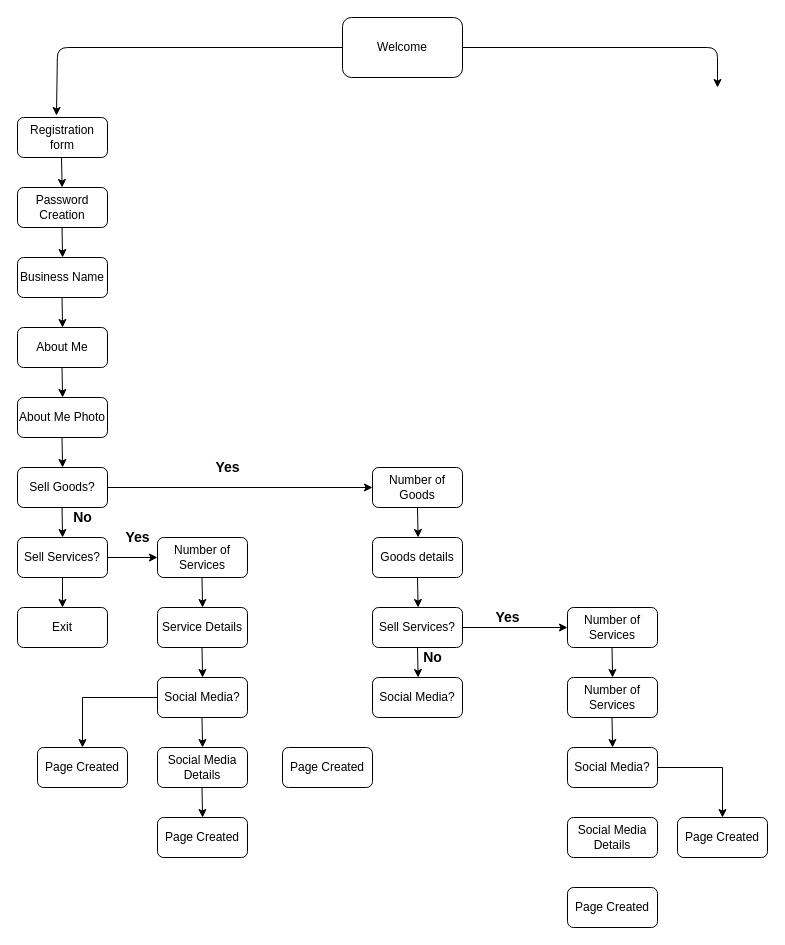
Earlier version of the draw.io diagram app_eng_updated.drawio (willdonlan8/test). Source tidied: cells renumbered, new cells numbered last; positions are measured from the earlier drawing's top-left corner, leaving out a move shared by most shapes. Both pictures are drawn from the tidied source at 100%, with x=0, y=0 at pixel (17, 17).
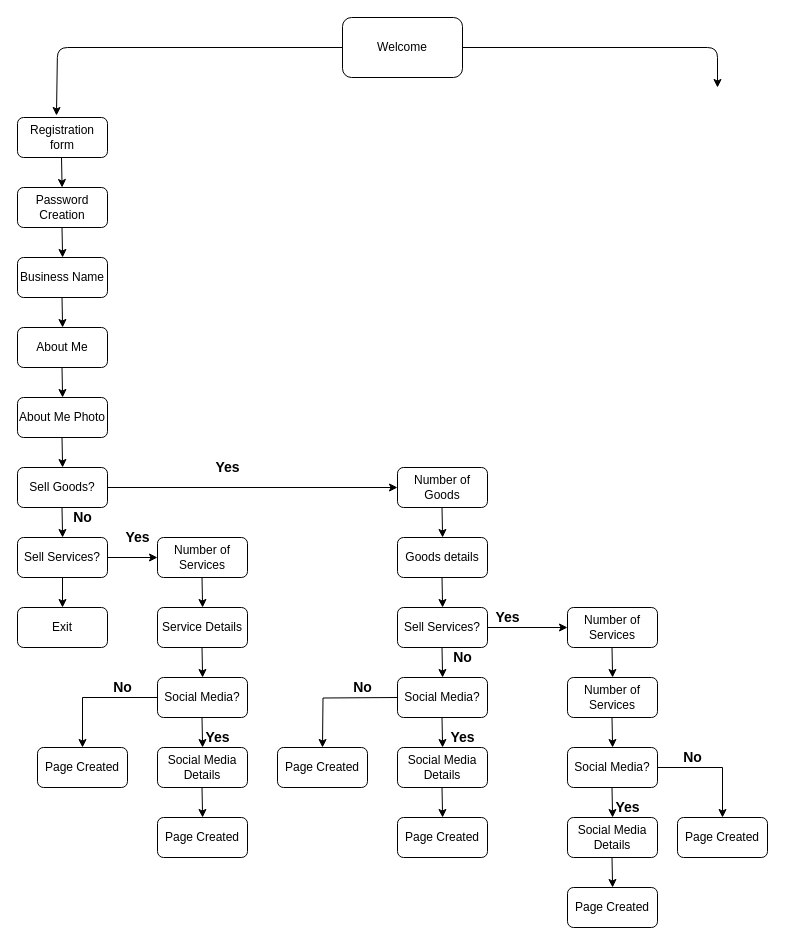
The same diagram, later.

What changed in the source:
```diff
@@
     <mxCell id="15" value="Number of Goods" style="rounded=1;whiteSpace=wrap;html=1;" parent="1" vertex="1">
-      <mxGeometry x="355" y="450" width="90" height="40" as="geometry" />
+      <mxGeometry x="380" y="450" width="90" height="40" as="geometry" />
     </mxCell>
     <mxCell id="16" value="Goods details" style="rounded=1;whiteSpace=wrap;html=1;" parent="1" vertex="1">
-      <mxGeometry x="355" y="520" width="90" height="40" as="geometry" />
+      <mxGeometry x="380" y="520" width="90" height="40" as="geometry" />
     </mxCell>
@@
     <mxCell id="18" value="Sell Services?" style="rounded=1;whiteSpace=wrap;html=1;" parent="1" vertex="1">
-      <mxGeometry x="355" y="590" width="90" height="40" as="geometry" />
+      <mxGeometry x="380" y="590" width="90" height="40" as="geometry" />
     </mxCell>
@@
     <mxCell id="23" value="Social Media?" style="rounded=1;whiteSpace=wrap;html=1;" parent="1" vertex="1">
-      <mxGeometry x="355" y="660" width="90" height="40" as="geometry" />
+      <mxGeometry x="380" y="660" width="90" height="40" as="geometry" />
     </mxCell>
@@
     <mxCell id="40" style="endArrow=classic;html=1;" parent="1" edge="1">
       <mxGeometry relative="1" as="geometry">
-        <mxPoint x="400" y="490" as="sourcePoint" />
-        <mxPoint x="400.6" y="520" as="targetPoint" />
+        <mxPoint x="424.5" y="490" as="sourcePoint" />
+        <mxPoint x="425.1" y="520" as="targetPoint" />
       </mxGeometry>
     </mxCell>
     <mxCell id="41" style="endArrow=classic;html=1;" parent="1" edge="1">
       <mxGeometry relative="1" as="geometry">
-        <mxPoint x="400" y="560" as="sourcePoint" />
-        <mxPoint x="400.6" y="590" as="targetPoint" />
+        <mxPoint x="424.5" y="560" as="sourcePoint" />
+        <mxPoint x="425.1" y="590" as="targetPoint" />
       </mxGeometry>
     </mxCell>
     <mxCell id="42" style="endArrow=classic;html=1;" parent="1" edge="1">
       <mxGeometry relative="1" as="geometry">
-        <mxPoint x="400" y="630" as="sourcePoint" />
-        <mxPoint x="400.6" y="660" as="targetPoint" />
+        <mxPoint x="424.5" y="630" as="sourcePoint" />
+        <mxPoint x="425.1" y="660" as="targetPoint" />
       </mxGeometry>
     </mxCell>
@@
     <mxCell id="49" value="&lt;font style=&quot;font-size: 14px&quot;&gt;&lt;b&gt;No&lt;/b&gt;&lt;/font&gt;" style="text;html=1;align=center;verticalAlign=middle;fillColor=none;strokeColor=none;rounded=0;" parent="1" vertex="1">
-      <mxGeometry x="400" y="630" width="30" height="20" as="geometry" />
+      <mxGeometry x="430" y="630" width="30" height="20" as="geometry" />
     </mxCell>
@@
     <mxCell id="53" value="Page Created" style="rounded=1;whiteSpace=wrap;html=1;" parent="1" vertex="1">
-      <mxGeometry x="265" y="730" width="90" height="40" as="geometry" />
+      <mxGeometry x="260" y="730" width="90" height="40" as="geometry" />
     </mxCell>
@@
+    <mxCell id="56" value="Social Media Details" style="rounded=1;whiteSpace=wrap;html=1;" parent="1" vertex="1">
+      <mxGeometry x="380" y="730" width="90" height="40" as="geometry" />
+    </mxCell>
+    <mxCell id="57" value="Page Created" style="rounded=1;whiteSpace=wrap;html=1;" parent="1" vertex="1">
+      <mxGeometry x="380" y="800" width="90" height="40" as="geometry" />
+    </mxCell>
+    <mxCell id="58" style="endArrow=classic;html=1;" parent="1" edge="1">
+      <mxGeometry relative="1" as="geometry">
+        <mxPoint x="424.5" y="700" as="sourcePoint" />
+        <mxPoint x="425.1" y="730" as="targetPoint" />
+      </mxGeometry>
+    </mxCell>
+    <mxCell id="59" style="endArrow=classic;html=1;" parent="1" edge="1">
+      <mxGeometry relative="1" as="geometry">
+        <mxPoint x="424.5" y="770" as="sourcePoint" />
+        <mxPoint x="425.1" y="800" as="targetPoint" />
+      </mxGeometry>
+    </mxCell>
+    <mxCell id="60" style="edgeStyle=orthogonalEdgeStyle;rounded=0;orthogonalLoop=1;jettySize=auto;html=1;" parent="1" edge="1">
+      <mxGeometry relative="1" as="geometry">
+        <mxPoint x="380" y="680" as="sourcePoint" />
+        <mxPoint x="305" y="730" as="targetPoint" />
+      </mxGeometry>
+    </mxCell>
+    <mxCell id="61" style="endArrow=classic;html=1;" parent="1" edge="1">
+      <mxGeometry relative="1" as="geometry">
+        <mxPoint x="594.5" y="770" as="sourcePoint" />
+        <mxPoint x="595.1" y="800" as="targetPoint" />
+      </mxGeometry>
+    </mxCell>
+    <mxCell id="62" style="endArrow=classic;html=1;" parent="1" edge="1">
+      <mxGeometry relative="1" as="geometry">
+        <mxPoint x="594.5" y="840" as="sourcePoint" />
+        <mxPoint x="595.1" y="870" as="targetPoint" />
+      </mxGeometry>
+    </mxCell>
+    <mxCell id="63" value="&lt;font style=&quot;font-size: 14px&quot;&gt;&lt;b&gt;Yes&lt;/b&gt;&lt;/font&gt;" style="text;html=1;align=center;verticalAlign=middle;fillColor=none;strokeColor=none;rounded=0;" parent="1" vertex="1">
+      <mxGeometry x="590" y="780" width="40" height="20" as="geometry" />
+    </mxCell>
+    <mxCell id="64" value="&lt;font style=&quot;font-size: 14px&quot;&gt;&lt;b&gt;Yes&lt;/b&gt;&lt;/font&gt;" style="text;html=1;align=center;verticalAlign=middle;fillColor=none;strokeColor=none;rounded=0;" parent="1" vertex="1">
+      <mxGeometry x="425" y="710" width="40" height="20" as="geometry" />
+    </mxCell>
+    <mxCell id="65" value="&lt;font style=&quot;font-size: 14px&quot;&gt;&lt;b&gt;Yes&lt;/b&gt;&lt;/font&gt;" style="text;html=1;align=center;verticalAlign=middle;fillColor=none;strokeColor=none;rounded=0;" parent="1" vertex="1">
+      <mxGeometry x="180" y="710" width="40" height="20" as="geometry" />
+    </mxCell>
+    <mxCell id="66" value="&lt;font style=&quot;font-size: 14px&quot;&gt;&lt;b&gt;No&lt;/b&gt;&lt;/font&gt;" style="text;html=1;align=center;verticalAlign=middle;fillColor=none;strokeColor=none;rounded=0;" parent="1" vertex="1">
+      <mxGeometry x="90" y="660" width="30" height="20" as="geometry" />
+    </mxCell>
+    <mxCell id="67" value="&lt;font style=&quot;font-size: 14px&quot;&gt;&lt;b&gt;No&lt;/b&gt;&lt;/font&gt;" style="text;html=1;align=center;verticalAlign=middle;fillColor=none;strokeColor=none;rounded=0;" parent="1" vertex="1">
+      <mxGeometry x="330" y="660" width="30" height="20" as="geometry" />
+    </mxCell>
+    <mxCell id="68" value="&lt;font style=&quot;font-size: 14px&quot;&gt;&lt;b&gt;No&lt;/b&gt;&lt;/font&gt;" style="text;html=1;align=center;verticalAlign=middle;fillColor=none;strokeColor=none;rounded=0;" parent="1" vertex="1">
+      <mxGeometry x="660" y="730" width="30" height="20" as="geometry" />
+    </mxCell>
```
